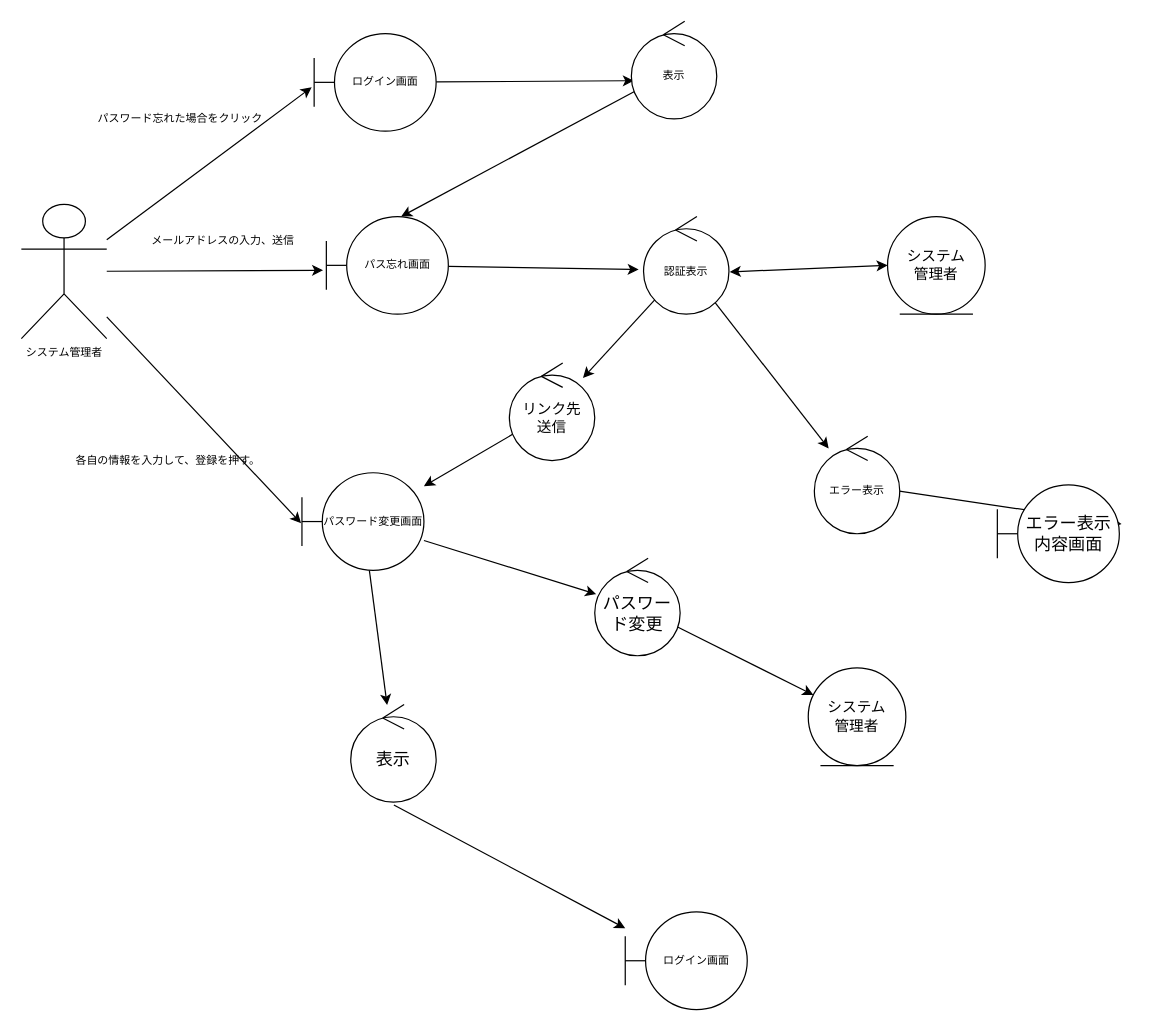
Earlier version of the draw.io diagram page "パス忘れ" (2 of 8) of out/ロバストネス図/システム管理者-ロバストネス図.drawio (ksw2270227/GroupF). Source tidied: cells renumbered, new cells numbered last; positions are measured from the earlier drawing's top-left corner, leaving out a move shared by most shapes. Both pictures are drawn from the tidied source at 122%, with x=0, y=0 at pixel (21, 21).
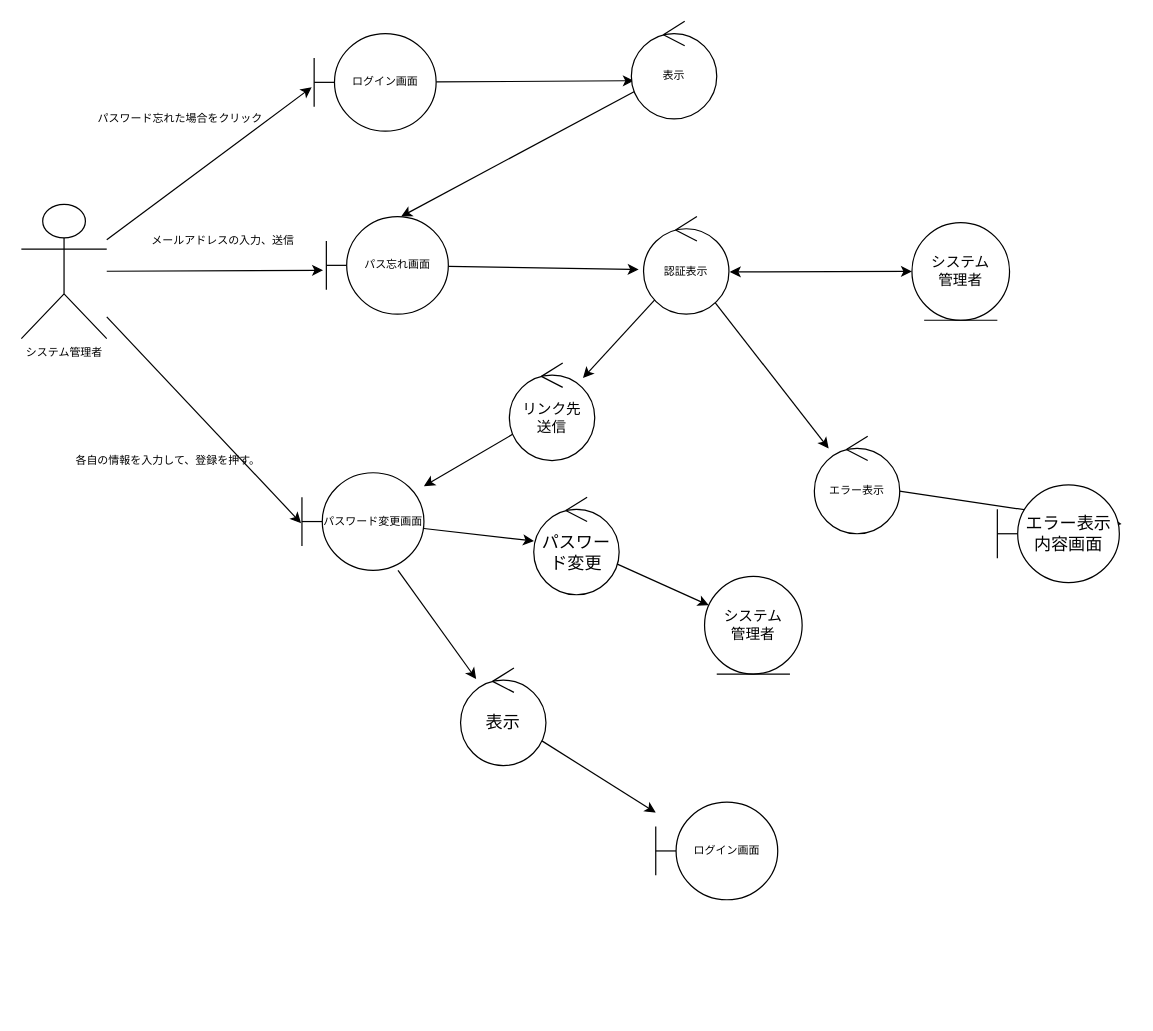
After the change.

What changed in the source:
```diff
@@
-    <mxCell id="12" style="edgeStyle=none;html=1;fontSize=14;exitX=0.505;exitY=1.03;exitDx=0;exitDy=0;exitPerimeter=0;" parent="1" edge="1" source="31" target="26">
+    <mxCell id="12" style="edgeStyle=none;html=1;fontSize=14;" parent="1" edge="1" source="31" target="26">
       <mxGeometry relative="1" as="geometry" />
     </mxCell>
@@
     <mxCell id="18" value="システム&lt;br&gt;管理者" style="ellipse;shape=umlEntity;whiteSpace=wrap;html=1;" parent="1" vertex="1">
-      <mxGeometry x="710" y="160" width="80" height="80" as="geometry" />
+      <mxGeometry x="730" y="165" width="80" height="80" as="geometry" />
     </mxCell>
@@
     <mxCell id="26" value="ログイン画面" style="shape=umlBoundary;whiteSpace=wrap;html=1;fontSize=9;" parent="1" vertex="1">
-      <mxGeometry x="495" y="730" width="100" height="80" as="geometry" />
+      <mxGeometry x="520" y="640" width="100" height="80" as="geometry" />
     </mxCell>
     <mxCell id="27" value="システム&lt;br&gt;管理者" style="ellipse;shape=umlEntity;whiteSpace=wrap;html=1;" parent="1" vertex="1">
-      <mxGeometry x="645" y="530" width="80" height="80" as="geometry" />
+      <mxGeometry x="560" y="455" width="80" height="80" as="geometry" />
     </mxCell>
@@
     <mxCell id="30" value="パスワード変更" style="ellipse;shape=umlControl;whiteSpace=wrap;html=1;fontSize=14;" parent="1" vertex="1">
-      <mxGeometry x="470" y="440" width="70" height="80" as="geometry" />
+      <mxGeometry x="420" y="390" width="70" height="80" as="geometry" />
     </mxCell>
     <mxCell id="31" value="表示" style="ellipse;shape=umlControl;whiteSpace=wrap;html=1;fontSize=14;" parent="1" vertex="1">
-      <mxGeometry x="270" y="560" width="70" height="80" as="geometry" />
+      <mxGeometry x="360" y="530" width="70" height="80" as="geometry" />
     </mxCell>
```
